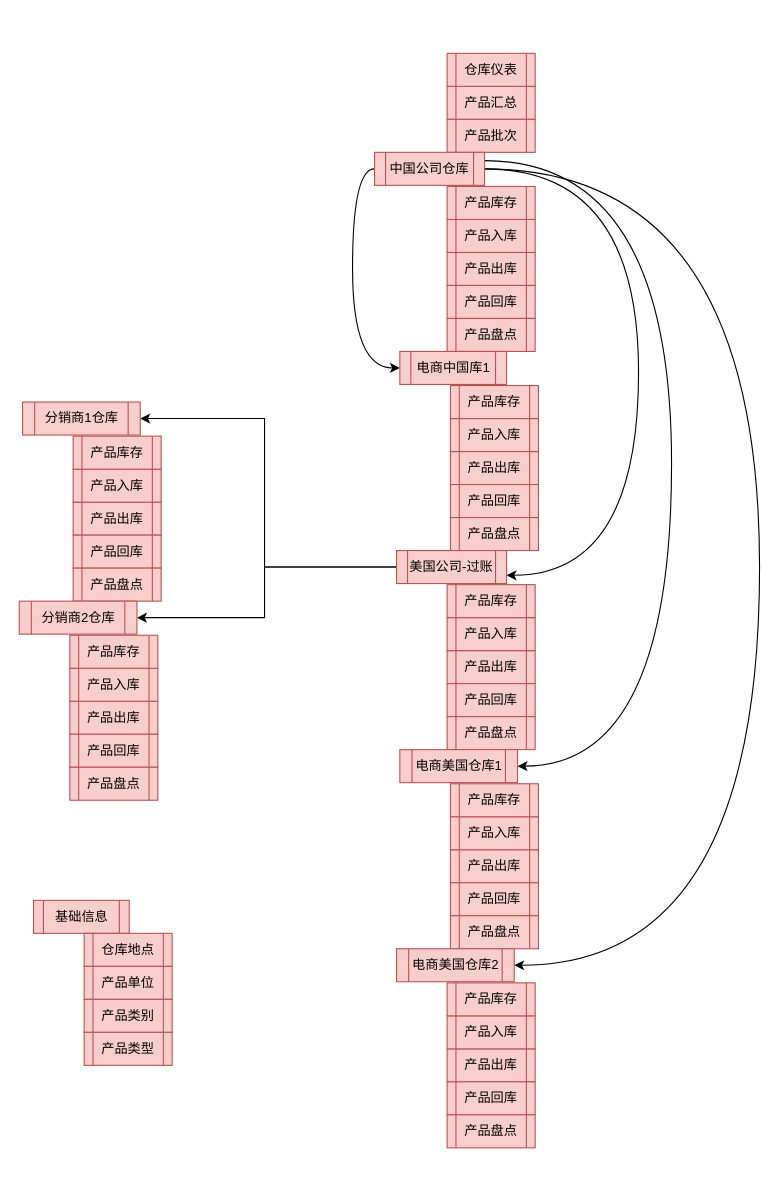
Above: page "menu" (4 of 4) of ERDiagram.drawio in sbosleo/sbosmobile (draw.io), before the change. Source tidied: cells renumbered, new cells numbered last; positions are measured from the earlier drawing's top-left corner, leaving out a move shared by most shapes. Both pictures are drawn from the tidied source at 110%, with x=0, y=0 at pixel (19, 53).
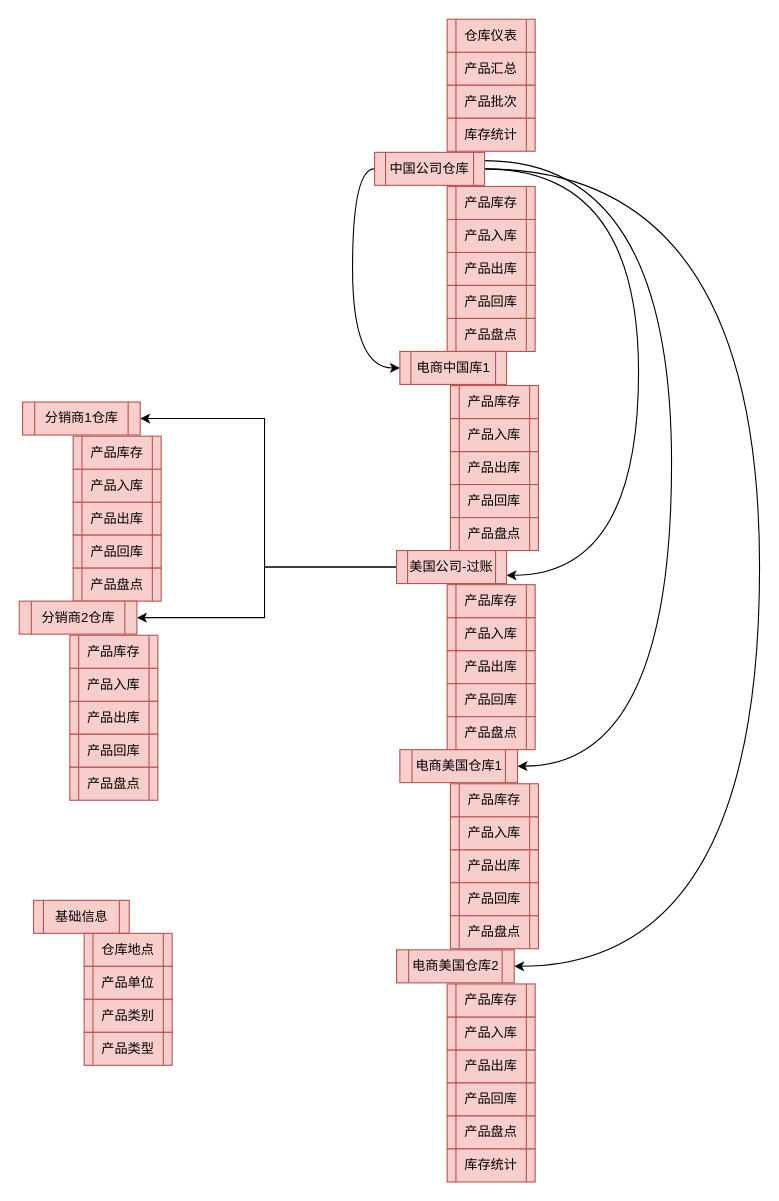
Above is the later version.

Change to the diagram source:
```diff
@@
     <mxCell id="2" value="产品汇总" style="shape=process;whiteSpace=wrap;html=1;backgroundOutline=1;fillColor=#f8cecc;strokeColor=#b85450;" parent="1" vertex="1">
-      <mxGeometry x="389" y="30" width="80" height="30" as="geometry" />
+      <mxGeometry x="389" y="-1" width="80" height="30" as="geometry" />
     </mxCell>
     <mxCell id="3" value="产品批次" style="shape=process;whiteSpace=wrap;html=1;backgroundOutline=1;fillColor=#f8cecc;strokeColor=#b85450;" parent="1" vertex="1">
-      <mxGeometry x="389" y="60" width="80" height="30" as="geometry" />
+      <mxGeometry x="389" y="29" width="80" height="30" as="geometry" />
     </mxCell>
     <mxCell id="4" value="仓库仪表" style="shape=process;whiteSpace=wrap;html=1;backgroundOutline=1;fillColor=#f8cecc;strokeColor=#b85450;" parent="1" vertex="1">
-      <mxGeometry x="389" width="80" height="30" as="geometry" />
+      <mxGeometry x="389" y="-31" width="80" height="30" as="geometry" />
     </mxCell>
@@
     <mxCell id="35" value="电商美国仓库2" style="shape=process;whiteSpace=wrap;html=1;backgroundOutline=1;fillColor=#f8cecc;strokeColor=#b85450;" parent="1" vertex="1">
-      <mxGeometry x="343" y="814" width="107" height="30" as="geometry" />
+      <mxGeometry x="343" y="815" width="107" height="30" as="geometry" />
     </mxCell>
     <mxCell id="36" value="产品出库" style="shape=process;whiteSpace=wrap;html=1;backgroundOutline=1;fillColor=#f8cecc;strokeColor=#b85450;" parent="1" vertex="1">
-      <mxGeometry x="389" y="905" width="80" height="30" as="geometry" />
+      <mxGeometry x="389" y="906" width="80" height="30" as="geometry" />
     </mxCell>
     <mxCell id="37" value="产品回库" style="shape=process;whiteSpace=wrap;html=1;backgroundOutline=1;fillColor=#f8cecc;strokeColor=#b85450;" parent="1" vertex="1">
-      <mxGeometry x="389" y="935" width="80" height="30" as="geometry" />
+      <mxGeometry x="389" y="936" width="80" height="30" as="geometry" />
     </mxCell>
     <mxCell id="38" value="产品入库" style="shape=process;whiteSpace=wrap;html=1;backgroundOutline=1;fillColor=#f8cecc;strokeColor=#b85450;" parent="1" vertex="1">
-      <mxGeometry x="389" y="875" width="80" height="30" as="geometry" />
+      <mxGeometry x="389" y="876" width="80" height="30" as="geometry" />
     </mxCell>
     <mxCell id="39" value="产品盘点" style="shape=process;whiteSpace=wrap;html=1;backgroundOutline=1;fillColor=#f8cecc;strokeColor=#b85450;" parent="1" vertex="1">
-      <mxGeometry x="389" y="965" width="80" height="30" as="geometry" />
+      <mxGeometry x="389" y="966" width="80" height="30" as="geometry" />
     </mxCell>
     <mxCell id="40" value="产品库存" style="shape=process;whiteSpace=wrap;html=1;backgroundOutline=1;fillColor=#f8cecc;strokeColor=#b85450;" parent="1" vertex="1">
-      <mxGeometry x="389" y="845" width="80" height="30" as="geometry" />
+      <mxGeometry x="389" y="846" width="80" height="30" as="geometry" />
     </mxCell>
@@
+    <mxCell id="58" value="库存统计" style="shape=process;whiteSpace=wrap;html=1;backgroundOutline=1;fillColor=#f8cecc;strokeColor=#b85450;" parent="1" vertex="1">
+      <mxGeometry x="389" y="996" width="80" height="30" as="geometry" />
+    </mxCell>
+    <mxCell id="59" value="库存统计" style="shape=process;whiteSpace=wrap;html=1;backgroundOutline=1;fillColor=#f8cecc;strokeColor=#b85450;" parent="1" vertex="1">
+      <mxGeometry x="389" y="59" width="80" height="30" as="geometry" />
+    </mxCell>
```
